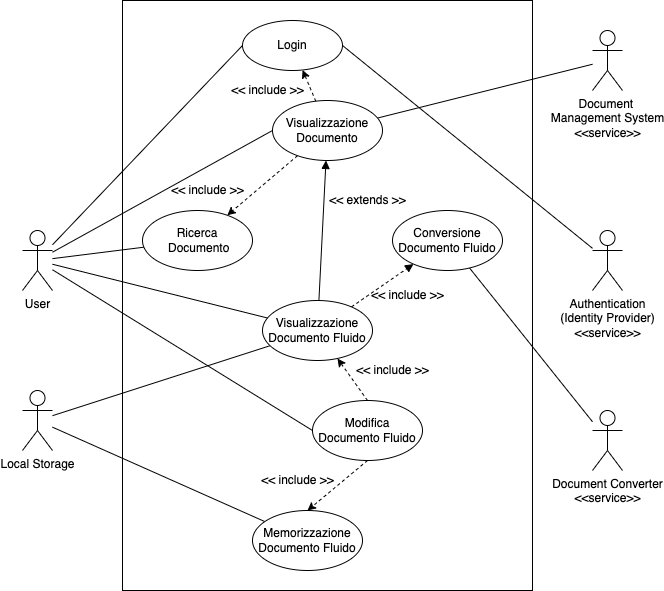
paganellif/tesi-paganelli keeps this draw.io diagram as img/tesi-1-Use-case.drawio.png. Above is the earlier version. Source tidied: cells renumbered, new cells last; positions are measured from the earlier drawing's top-left corner, leaving out a move shared by most shapes.
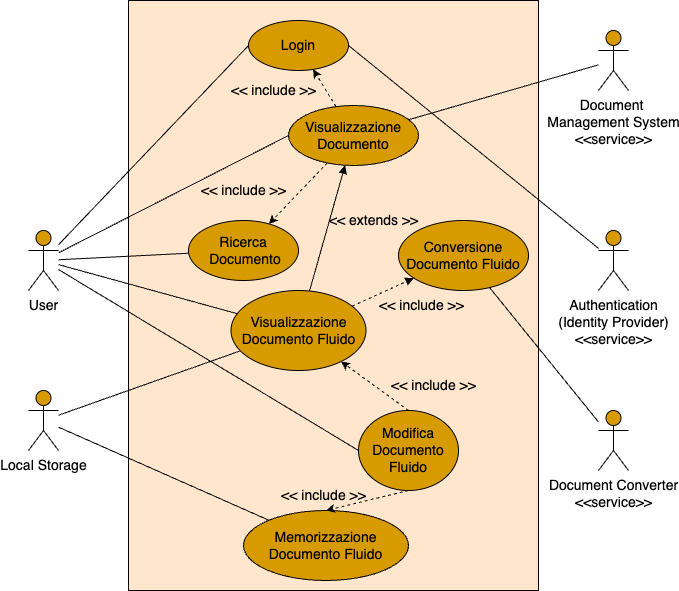
Later version of the same file.

The edit, as a diff of the source:
```diff
@@ -2,110 +2,110 @@
   <root>
     <mxCell id="0" />
     <mxCell id="1" parent="0" />
-    <mxCell id="2" style="rounded=0;whiteSpace=wrap;html=1;fillColor=default;" parent="1" vertex="1">
+    <mxCell id="2" style="rounded=0;whiteSpace=wrap;html=1;fillColor=#ffe6cc;strokeColor=#000000;fontSize=14;" parent="1" vertex="1">
       <mxGeometry x="100" width="410" height="590" as="geometry" />
     </mxCell>
-    <mxCell id="3" style="rounded=0;jettySize=auto;html=1;entryX=0;entryY=0.5;entryDx=0;entryDy=0;endArrow=none;endFill=0;" parent="1" edge="1" source="6" target="8">
+    <mxCell id="3" style="rounded=0;jettySize=auto;html=1;entryX=0;entryY=0.5;entryDx=0;entryDy=0;endArrow=none;endFill=0;fontSize=14;" parent="1" edge="1" source="6" target="8">
       <mxGeometry relative="1" as="geometry" />
     </mxCell>
-    <mxCell id="4" style="edgeStyle=none;rounded=0;jettySize=auto;html=1;endArrow=none;endFill=0;" parent="1" edge="1" source="6" target="10">
+    <mxCell id="4" style="edgeStyle=none;rounded=0;jettySize=auto;html=1;endArrow=none;endFill=0;fontSize=14;" parent="1" edge="1" source="6" target="10">
       <mxGeometry relative="1" as="geometry" />
     </mxCell>
-    <mxCell id="5" style="edgeStyle=none;rounded=0;jettySize=auto;html=1;endArrow=none;endFill=0;entryX=0;entryY=0.5;entryDx=0;entryDy=0;" parent="1" edge="1" source="6" target="16">
+    <mxCell id="5" style="edgeStyle=none;rounded=0;jettySize=auto;html=1;endArrow=none;endFill=0;entryX=0;entryY=0.5;entryDx=0;entryDy=0;fontSize=14;" parent="1" edge="1" source="6" target="16">
       <mxGeometry relative="1" as="geometry" />
     </mxCell>
-    <mxCell id="6" value="User" style="shape=umlActor;verticalLabelPosition=bottom;verticalAlign=top;html=1;outlineConnect=0;fillColor=none;" parent="1" vertex="1">
+    <mxCell id="6" value="User" style="shape=umlActor;verticalLabelPosition=bottom;verticalAlign=top;html=1;outlineConnect=0;fillColor=#D79B00;fontSize=14;" parent="1" vertex="1">
       <mxGeometry y="230" width="30" height="60" as="geometry" />
     </mxCell>
-    <mxCell id="7" style="edgeStyle=none;rounded=0;jettySize=auto;html=1;endArrow=none;endFill=0;exitX=1;exitY=0.5;exitDx=0;exitDy=0;" parent="1" edge="1" source="8" target="9">
+    <mxCell id="7" style="edgeStyle=none;rounded=0;jettySize=auto;html=1;endArrow=none;endFill=0;exitX=1;exitY=0.5;exitDx=0;exitDy=0;fontSize=14;" parent="1" edge="1" source="8" target="9">
       <mxGeometry relative="1" as="geometry" />
     </mxCell>
-    <mxCell id="8" value="Login" style="ellipse;whiteSpace=wrap;html=1;fillColor=default;" parent="1" vertex="1">
+    <mxCell id="8" value="Login" style="ellipse;whiteSpace=wrap;html=1;fillColor=#D79B00;strokeColor=#000000;fontSize=14;" parent="1" vertex="1">
       <mxGeometry x="220" y="20" width="100" height="50" as="geometry" />
     </mxCell>
-    <mxCell id="9" value="Authentication&lt;br&gt;(Identity Provider)&lt;br&gt;&amp;lt;&amp;lt;service&amp;gt;&amp;gt;" style="shape=umlActor;verticalLabelPosition=bottom;verticalAlign=top;html=1;outlineConnect=0;fillColor=none;" parent="1" vertex="1">
+    <mxCell id="9" value="Authentication&lt;br style=&quot;font-size: 14px;&quot;&gt;(Identity Provider)&lt;br style=&quot;font-size: 14px;&quot;&gt;&amp;lt;&amp;lt;service&amp;gt;&amp;gt;" style="shape=umlActor;verticalLabelPosition=bottom;verticalAlign=top;html=1;outlineConnect=0;fillColor=#D79B00;fontSize=14;" parent="1" vertex="1">
       <mxGeometry x="570" y="230" width="30" height="60" as="geometry" />
     </mxCell>
-    <mxCell id="10" value="Ricerca&lt;br&gt;&amp;nbsp;Documento" style="ellipse;whiteSpace=wrap;html=1;fillColor=default;" parent="1" vertex="1">
-      <mxGeometry x="120" y="210" width="110" height="60" as="geometry" />
+    <mxCell id="10" value="Ricerca&lt;br style=&quot;font-size: 14px;&quot;&gt;&amp;nbsp;Documento" style="ellipse;whiteSpace=wrap;html=1;fillColor=#D79B00;strokeColor=#000000;fontSize=14;" parent="1" vertex="1">
+      <mxGeometry x="160" y="220" width="110" height="60" as="geometry" />
     </mxCell>
-    <mxCell id="11" style="edgeStyle=none;rounded=0;jettySize=auto;html=1;endArrow=classic;endFill=1;dashed=1;" parent="1" edge="1" source="14" target="10">
+    <mxCell id="11" style="edgeStyle=none;rounded=0;jettySize=auto;html=1;endArrow=classic;endFill=1;dashed=1;fillColor=#ffe6cc;strokeColor=#000000;fontSize=14;" parent="1" edge="1" source="14" target="10">
       <mxGeometry relative="1" as="geometry" />
     </mxCell>
-    <mxCell id="12" style="edgeStyle=none;rounded=0;jettySize=auto;html=1;startArrow=none;startFill=0;endArrow=none;endFill=0;" parent="1" edge="1" source="14" target="34">
+    <mxCell id="12" style="edgeStyle=none;rounded=0;jettySize=auto;html=1;startArrow=none;startFill=0;endArrow=none;endFill=0;fontSize=14;" parent="1" edge="1" source="14" target="34">
       <mxGeometry relative="1" as="geometry" />
     </mxCell>
-    <mxCell id="13" style="rounded=0;jettySize=auto;html=1;dashed=1;" parent="1" edge="1" source="14" target="8">
+    <mxCell id="13" style="rounded=0;jettySize=auto;html=1;dashed=1;fillColor=#ffe6cc;strokeColor=#000000;fontSize=14;" parent="1" edge="1" source="14" target="8">
       <mxGeometry relative="1" as="geometry" />
     </mxCell>
-    <mxCell id="14" value="Visualizzazione Documento" style="ellipse;whiteSpace=wrap;html=1;fillColor=default;" parent="1" vertex="1">
-      <mxGeometry x="250" y="100" width="110" height="60" as="geometry" />
+    <mxCell id="14" value="Visualizzazione Documento" style="ellipse;whiteSpace=wrap;html=1;fillColor=#D79B00;strokeColor=#000000;fontSize=14;" parent="1" vertex="1">
+      <mxGeometry x="260" y="105" width="130" height="60" as="geometry" />
     </mxCell>
-    <mxCell id="15" value="&amp;lt;&amp;lt; include &amp;gt;&amp;gt;" style="text;html=1;align=center;verticalAlign=middle;strokeColor=none;fillColor=none;" parent="1" vertex="1">
-      <mxGeometry x="140" y="180" width="90" height="20" as="geometry" />
+    <mxCell id="15" value="&amp;lt;&amp;lt; include &amp;gt;&amp;gt;" style="text;html=1;align=center;verticalAlign=middle;strokeColor=none;fillColor=none;fontSize=14;" parent="1" vertex="1">
+      <mxGeometry x="160" y="175" width="110" height="30" as="geometry" />
     </mxCell>
-    <mxCell id="16" value="Modifica Documento Fluido" style="ellipse;whiteSpace=wrap;html=1;fillColor=default;" parent="1" vertex="1">
-      <mxGeometry x="290" y="400" width="110" height="60" as="geometry" />
+    <mxCell id="16" value="Modifica Documento Fluido" style="ellipse;whiteSpace=wrap;html=1;fillColor=#D79B00;strokeColor=#000000;fontSize=14;" parent="1" vertex="1">
+      <mxGeometry x="330" y="410" width="100" height="80" as="geometry" />
     </mxCell>
-    <mxCell id="17" style="edgeStyle=none;rounded=0;jettySize=auto;html=1;endArrow=classic;endFill=1;dashed=1;exitX=0.5;exitY=0;exitDx=0;exitDy=0;" parent="1" edge="1" source="16" target="26">
+    <mxCell id="17" style="edgeStyle=none;rounded=0;jettySize=auto;html=1;endArrow=classic;endFill=1;dashed=1;exitX=0.5;exitY=0;exitDx=0;exitDy=0;fillColor=#ffe6cc;strokeColor=#000000;fontSize=14;" parent="1" edge="1" source="16" target="26">
       <mxGeometry relative="1" as="geometry" />
     </mxCell>
-    <mxCell id="18" value="&amp;lt;&amp;lt; include &amp;gt;&amp;gt;" style="text;html=1;align=center;verticalAlign=middle;strokeColor=none;fillColor=none;" parent="1" vertex="1">
-      <mxGeometry x="325" y="360" width="90" height="20" as="geometry" />
+    <mxCell id="18" value="&amp;lt;&amp;lt; include &amp;gt;&amp;gt;" style="text;html=1;align=center;verticalAlign=middle;strokeColor=none;fillColor=none;fontSize=14;" parent="1" vertex="1">
+      <mxGeometry x="350" y="370" width="110" height="30" as="geometry" />
     </mxCell>
-    <mxCell id="19" style="rounded=0;jettySize=auto;html=1;endArrow=none;endFill=0;" parent="1" edge="1" source="20" target="35">
+    <mxCell id="19" style="rounded=0;jettySize=auto;html=1;endArrow=none;endFill=0;fontSize=14;" parent="1" edge="1" source="20" target="35">
       <mxGeometry relative="1" as="geometry" />
     </mxCell>
-    <mxCell id="20" value="Memorizzazione Documento Fluido" style="ellipse;whiteSpace=wrap;html=1;fillColor=default;" parent="1" vertex="1">
-      <mxGeometry x="230" y="510" width="110" height="60" as="geometry" />
+    <mxCell id="20" value="Memorizzazione Documento Fluido" style="ellipse;whiteSpace=wrap;html=1;fillColor=#D79B00;strokeColor=#000000;fontSize=14;" parent="1" vertex="1">
+      <mxGeometry x="215" y="510" width="165" height="70" as="geometry" />
     </mxCell>
-    <mxCell id="21" value="&amp;lt;&amp;lt; include &amp;gt;&amp;gt;" style="text;html=1;align=center;verticalAlign=middle;strokeColor=none;fillColor=none;" parent="1" vertex="1">
-      <mxGeometry x="230" y="470" width="90" height="20" as="geometry" />
+    <mxCell id="21" value="&amp;lt;&amp;lt; include &amp;gt;&amp;gt;" style="text;html=1;align=center;verticalAlign=middle;strokeColor=none;fillColor=none;fontSize=14;" parent="1" vertex="1">
+      <mxGeometry x="240" y="480" width="110" height="30" as="geometry" />
     </mxCell>
-    <mxCell id="22" style="edgeStyle=none;rounded=0;jettySize=auto;html=1;endArrow=classic;endFill=1;dashed=1;entryX=0.5;entryY=0;entryDx=0;entryDy=0;exitX=0.5;exitY=1;exitDx=0;exitDy=0;" parent="1" edge="1" source="16" target="20">
+    <mxCell id="22" style="edgeStyle=none;rounded=0;jettySize=auto;html=1;endArrow=classic;endFill=1;dashed=1;entryX=0.5;entryY=0;entryDx=0;entryDy=0;exitX=0.5;exitY=1;exitDx=0;exitDy=0;fillColor=#ffe6cc;strokeColor=#000000;fontSize=14;" parent="1" edge="1" source="16" target="20">
       <mxGeometry relative="1" as="geometry" />
     </mxCell>
-    <mxCell id="23" style="edgeStyle=none;rounded=0;jettySize=auto;html=1;endArrow=block;endFill=1;startArrow=none;startFill=0;" parent="1" edge="1" source="26" target="14">
+    <mxCell id="23" style="edgeStyle=none;rounded=0;jettySize=auto;html=1;endArrow=block;endFill=1;startArrow=none;startFill=0;fillColor=#ffe6cc;strokeColor=#000000;fontSize=14;" parent="1" edge="1" source="26" target="14">
       <mxGeometry relative="1" as="geometry" />
     </mxCell>
-    <mxCell id="24" style="edgeStyle=none;rounded=0;jettySize=auto;html=1;startArrow=none;startFill=0;endArrow=block;endFill=1;dashed=1;" parent="1" edge="1" source="26" target="31">
+    <mxCell id="24" style="edgeStyle=none;rounded=0;jettySize=auto;html=1;startArrow=none;startFill=0;endArrow=block;endFill=1;dashed=1;fillColor=#ffe6cc;strokeColor=#000000;fontSize=14;" parent="1" edge="1" source="26" target="31">
       <mxGeometry relative="1" as="geometry" />
     </mxCell>
-    <mxCell id="25" style="edgeStyle=none;rounded=0;jettySize=auto;html=1;endArrow=none;endFill=0;" parent="1" edge="1" source="26" target="35">
+    <mxCell id="25" style="edgeStyle=none;rounded=0;jettySize=auto;html=1;endArrow=none;endFill=0;fontSize=14;" parent="1" edge="1" source="26" target="35">
       <mxGeometry relative="1" as="geometry" />
     </mxCell>
-    <mxCell id="26" value="Visualizzazione Documento Fluido" style="ellipse;whiteSpace=wrap;html=1;fillColor=default;" parent="1" vertex="1">
-      <mxGeometry x="240" y="300" width="110" height="60" as="geometry" />
+    <mxCell id="26" value="Visualizzazione Documento Fluido" style="ellipse;whiteSpace=wrap;html=1;fillColor=#D79B00;strokeColor=#000000;fontSize=14;" parent="1" vertex="1">
+      <mxGeometry x="202.5" y="290" width="135" height="80" as="geometry" />
     </mxCell>
-    <mxCell id="27" value="&amp;lt;&amp;lt; extends &amp;gt;&amp;gt;" style="text;html=1;align=center;verticalAlign=middle;strokeColor=none;fillColor=none;" parent="1" vertex="1">
-      <mxGeometry x="300" y="190" width="90" height="20" as="geometry" />
+    <mxCell id="27" value="&amp;lt;&amp;lt; extends &amp;gt;&amp;gt;" style="text;html=1;align=center;verticalAlign=middle;strokeColor=none;fillColor=none;fontSize=14;" parent="1" vertex="1">
+      <mxGeometry x="290" y="205" width="110" height="30" as="geometry" />
     </mxCell>
-    <mxCell id="28" style="edgeStyle=none;rounded=0;jettySize=auto;html=1;endArrow=none;endFill=0;entryX=0;entryY=0.5;entryDx=0;entryDy=0;" parent="1" edge="1" source="6" target="14">
+    <mxCell id="28" style="edgeStyle=none;rounded=0;jettySize=auto;html=1;endArrow=none;endFill=0;entryX=0;entryY=0.5;entryDx=0;entryDy=0;fontSize=14;" parent="1" edge="1" source="6" target="14">
       <mxGeometry relative="1" as="geometry" />
     </mxCell>
-    <mxCell id="29" style="edgeStyle=none;rounded=0;jettySize=auto;html=1;endArrow=none;endFill=0;" parent="1" edge="1" source="6" target="26">
+    <mxCell id="29" style="edgeStyle=none;rounded=0;jettySize=auto;html=1;endArrow=none;endFill=0;fontSize=14;" parent="1" edge="1" source="6" target="26">
       <mxGeometry relative="1" as="geometry" />
     </mxCell>
-    <mxCell id="30" style="edgeStyle=none;rounded=0;jettySize=auto;html=1;startArrow=none;startFill=0;endArrow=none;endFill=0;" parent="1" edge="1" source="31" target="33">
+    <mxCell id="30" style="edgeStyle=none;rounded=0;jettySize=auto;html=1;startArrow=none;startFill=0;endArrow=none;endFill=0;fontSize=14;" parent="1" edge="1" source="31" target="33">
       <mxGeometry relative="1" as="geometry" />
     </mxCell>
-    <mxCell id="31" value="Conversione Documento Fluido" style="ellipse;whiteSpace=wrap;html=1;fillColor=default;" parent="1" vertex="1">
-      <mxGeometry x="370" y="210" width="110" height="60" as="geometry" />
+    <mxCell id="31" value="Conversione Documento Fluido" style="ellipse;whiteSpace=wrap;html=1;fillColor=#D79B00;strokeColor=#000000;fontSize=14;" parent="1" vertex="1">
+      <mxGeometry x="370" y="220" width="130" height="70" as="geometry" />
     </mxCell>
-    <mxCell id="32" value="&amp;lt;&amp;lt; include &amp;gt;&amp;gt;" style="text;html=1;align=center;verticalAlign=middle;strokeColor=none;fillColor=none;" parent="1" vertex="1">
-      <mxGeometry x="340" y="285" width="90" height="20" as="geometry" />
+    <mxCell id="32" value="&amp;lt;&amp;lt; include &amp;gt;&amp;gt;" style="text;html=1;align=center;verticalAlign=middle;strokeColor=none;fillColor=none;fontSize=14;" parent="1" vertex="1">
+      <mxGeometry x="337.5" y="290" width="110" height="30" as="geometry" />
     </mxCell>
-    <mxCell id="33" value="Document Converter&lt;br&gt;&amp;lt;&amp;lt;service&amp;gt;&amp;gt;" style="shape=umlActor;verticalLabelPosition=bottom;verticalAlign=top;html=1;outlineConnect=0;fillColor=none;" parent="1" vertex="1">
+    <mxCell id="33" value="Document Converter&lt;br style=&quot;font-size: 14px;&quot;&gt;&amp;lt;&amp;lt;service&amp;gt;&amp;gt;" style="shape=umlActor;verticalLabelPosition=bottom;verticalAlign=top;html=1;outlineConnect=0;fillColor=#D79B00;fontSize=14;" parent="1" vertex="1">
       <mxGeometry x="570" y="410" width="30" height="60" as="geometry" />
     </mxCell>
-    <mxCell id="34" value="Document &lt;br&gt;Management System&lt;br&gt;&amp;lt;&amp;lt;service&amp;gt;&amp;gt;" style="shape=umlActor;verticalLabelPosition=bottom;verticalAlign=top;html=1;outlineConnect=0;fillColor=none;" parent="1" vertex="1">
+    <mxCell id="34" value="Document &lt;br style=&quot;font-size: 14px;&quot;&gt;Management System&lt;br style=&quot;font-size: 14px;&quot;&gt;&amp;lt;&amp;lt;service&amp;gt;&amp;gt;" style="shape=umlActor;verticalLabelPosition=bottom;verticalAlign=top;html=1;outlineConnect=0;fillColor=#D79B00;fontSize=14;" parent="1" vertex="1">
       <mxGeometry x="570" y="30" width="30" height="60" as="geometry" />
     </mxCell>
-    <mxCell id="35" value="Local Storage" style="shape=umlActor;verticalLabelPosition=bottom;verticalAlign=top;html=1;outlineConnect=0;fillColor=none;" parent="1" vertex="1">
+    <mxCell id="35" value="Local Storage" style="shape=umlActor;verticalLabelPosition=bottom;verticalAlign=top;html=1;outlineConnect=0;fillColor=#D79B00;fontSize=14;" parent="1" vertex="1">
       <mxGeometry y="390" width="30" height="60" as="geometry" />
     </mxCell>
-    <mxCell id="36" value="&amp;lt;&amp;lt; include &amp;gt;&amp;gt;" style="text;html=1;align=center;verticalAlign=middle;strokeColor=none;fillColor=none;" parent="1" vertex="1">
-      <mxGeometry x="200" y="80" width="90" height="20" as="geometry" />
+    <mxCell id="36" value="&amp;lt;&amp;lt; include &amp;gt;&amp;gt;" style="text;html=1;align=center;verticalAlign=middle;strokeColor=none;fillColor=none;fontSize=14;" parent="1" vertex="1">
+      <mxGeometry x="190" y="75" width="110" height="30" as="geometry" />
     </mxCell>
   </root>
 </mxGraphModel>
```
